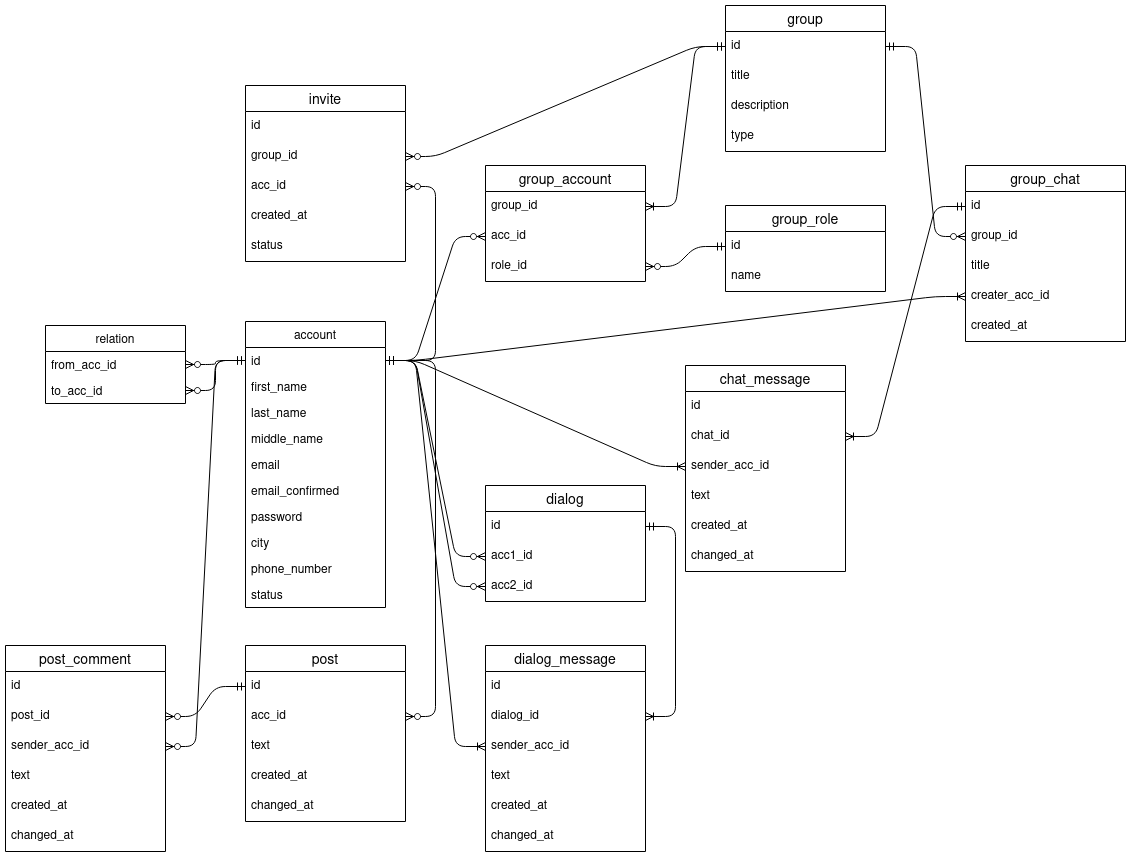
This is task2/db.png from DimanStrelok/Senla_Project, a draw.io export, as it was before one commit. Source tidied: cells renumbered, new cells last; positions are measured from the earlier drawing's top-left corner, leaving out a move shared by most shapes.
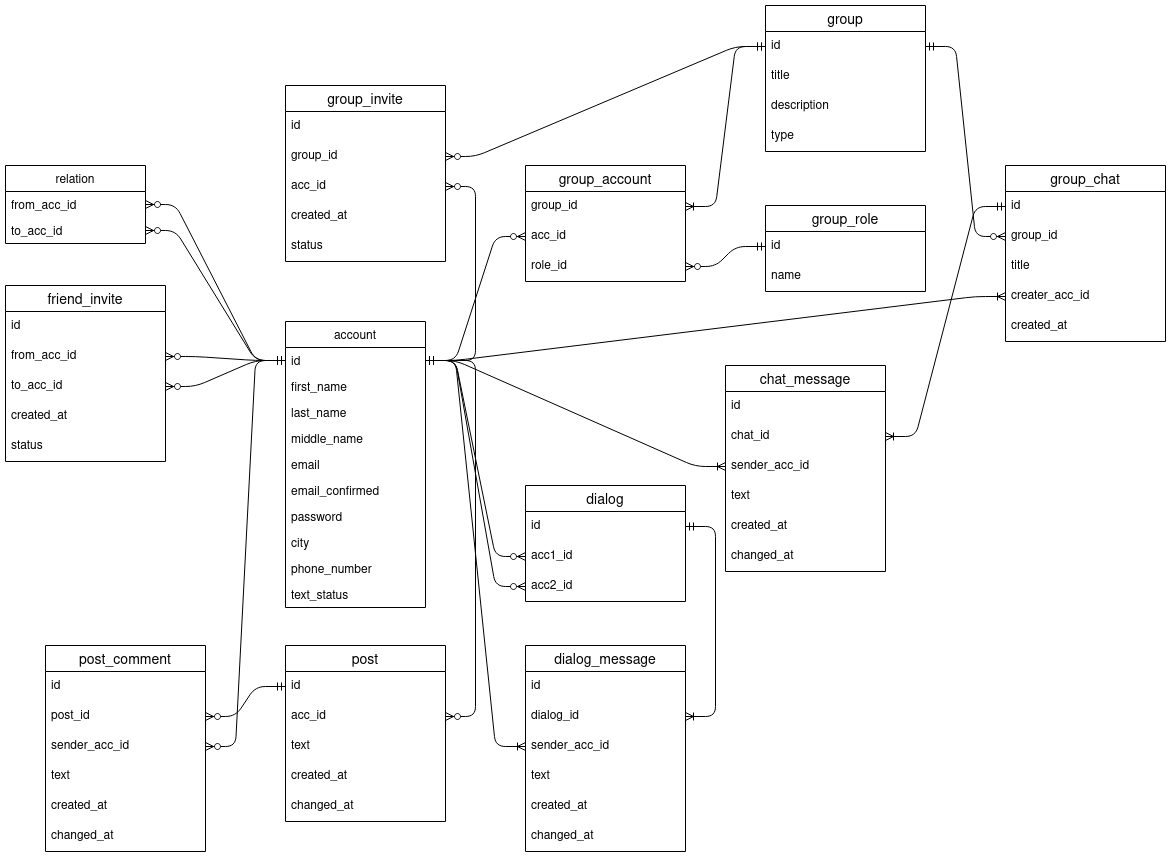
Later version of the same file.

Commit message:
task 2: fix db scheme

Diff of the diagram source:
```diff
@@ -32,11 +32,11 @@
     <mxCell id="11" value="phone_number" style="text;strokeColor=none;fillColor=none;align=left;verticalAlign=top;spacingLeft=4;spacingRight=4;overflow=hidden;" parent="2" vertex="1">
       <mxGeometry y="234" width="140" height="26" as="geometry" />
     </mxCell>
-    <mxCell id="12" value="status" style="text;strokeColor=none;fillColor=none;align=left;verticalAlign=top;spacingLeft=4;spacingRight=4;overflow=hidden;" parent="2" vertex="1">
+    <mxCell id="12" value="text_status" style="text;strokeColor=none;fillColor=none;align=left;verticalAlign=top;spacingLeft=4;spacingRight=4;overflow=hidden;" parent="2" vertex="1">
       <mxGeometry y="260" width="140" height="26" as="geometry" />
     </mxCell>
     <mxCell id="13" value="relation" style="swimlane;fontStyle=0;horizontal=1;startSize=26;" parent="1" vertex="1">
-      <mxGeometry x="40" y="320" width="140" height="78" as="geometry" />
+      <mxGeometry x="-40" y="160" width="140" height="78" as="geometry" />
     </mxCell>
     <mxCell id="14" value="from_acc_id" style="text;strokeColor=none;fillColor=none;align=left;verticalAlign=top;spacingLeft=4;spacingRight=4;overflow=hidden;points=[[0,0.5],[1,0.5]];portConstraint=eastwest;" parent="13" vertex="1">
       <mxGeometry y="26" width="140" height="26" as="geometry" />
@@ -170,7 +170,7 @@
     <mxCell id="57" style="edgeStyle=entityRelationEdgeStyle;fontSize=12;html=1;endArrow=ERoneToMany;startArrow=ERmandOne;" parent="1" edge="1" source="3" target="52">
       <mxGeometry relative="1" as="geometry" />
     </mxCell>
-    <mxCell id="58" value="invite" style="swimlane;fontStyle=0;horizontal=1;startSize=26;align=center;fontSize=14;" parent="1" vertex="1">
+    <mxCell id="58" value="group_invite" style="swimlane;fontStyle=0;horizontal=1;startSize=26;align=center;fontSize=14;" parent="1" vertex="1">
       <mxGeometry x="240" y="80" width="160" height="176" as="geometry" />
     </mxCell>
     <mxCell id="59" value="id" style="text;strokeColor=none;fillColor=none;spacingLeft=4;spacingRight=4;overflow=hidden;fontSize=12;" parent="58" vertex="1">
@@ -263,5 +263,29 @@
     <mxCell id="88" style="edgeStyle=entityRelationEdgeStyle;fontSize=12;html=1;endArrow=ERzeroToMany;startArrow=ERmandOne;" parent="1" edge="1" source="3" target="83">
       <mxGeometry relative="1" as="geometry" />
     </mxCell>
+    <mxCell id="89" value="friend_invite" style="swimlane;fontStyle=0;horizontal=1;startSize=26;align=center;fontSize=14;" parent="1" vertex="1">
+      <mxGeometry x="-40" y="280" width="160" height="176" as="geometry" />
+    </mxCell>
+    <mxCell id="90" value="id" style="text;strokeColor=none;fillColor=none;spacingLeft=4;spacingRight=4;overflow=hidden;fontSize=12;" parent="89" vertex="1">
+      <mxGeometry y="26" width="160" height="30" as="geometry" />
+    </mxCell>
+    <mxCell id="91" value="from_acc_id" style="text;strokeColor=none;fillColor=none;spacingLeft=4;spacingRight=4;overflow=hidden;points=[[0,0.5],[1,0.5]];portConstraint=eastwest;fontSize=12;" parent="89" vertex="1">
+      <mxGeometry y="56" width="160" height="30" as="geometry" />
+    </mxCell>
+    <mxCell id="92" value="to_acc_id" style="text;strokeColor=none;fillColor=none;spacingLeft=4;spacingRight=4;overflow=hidden;points=[[0,0.5],[1,0.5]];portConstraint=eastwest;fontSize=12;" parent="89" vertex="1">
+      <mxGeometry y="86" width="160" height="30" as="geometry" />
+    </mxCell>
+    <mxCell id="93" value="created_at" style="text;strokeColor=none;fillColor=none;spacingLeft=4;spacingRight=4;overflow=hidden;fontSize=12;" parent="89" vertex="1">
+      <mxGeometry y="116" width="160" height="30" as="geometry" />
+    </mxCell>
+    <mxCell id="94" value="status" style="text;strokeColor=none;fillColor=none;spacingLeft=4;spacingRight=4;overflow=hidden;fontSize=12;" parent="89" vertex="1">
+      <mxGeometry y="146" width="160" height="30" as="geometry" />
+    </mxCell>
+    <mxCell id="95" style="edgeStyle=entityRelationEdgeStyle;fontSize=12;html=1;endArrow=ERzeroToMany;startArrow=ERmandOne;" parent="1" edge="1" source="3" target="91">
+      <mxGeometry relative="1" as="geometry" />
+    </mxCell>
+    <mxCell id="96" style="edgeStyle=entityRelationEdgeStyle;fontSize=12;html=1;endArrow=ERzeroToMany;startArrow=ERmandOne;" parent="1" edge="1" source="3" target="92">
+      <mxGeometry relative="1" as="geometry" />
+    </mxCell>
   </root>
 </mxGraphModel>
```
